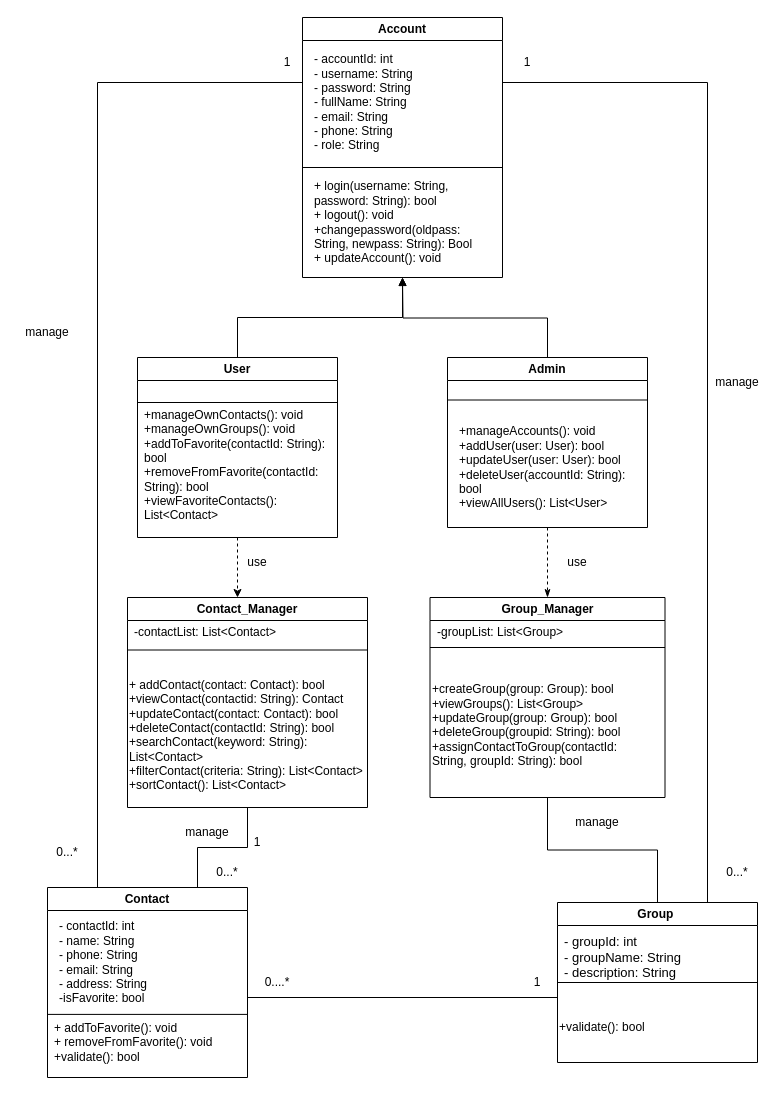
The draw.io diagram Class Diagram.drawio in HiKem43/Phone-Book-Management-System, before the edit. Source tidied: cells renumbered, new cells numbered last; positions are measured from the earlier drawing's top-left corner, leaving out a move shared by most shapes. Both pictures are drawn from the tidied source at 100%, with x=0, y=0 at pixel (17, 17).
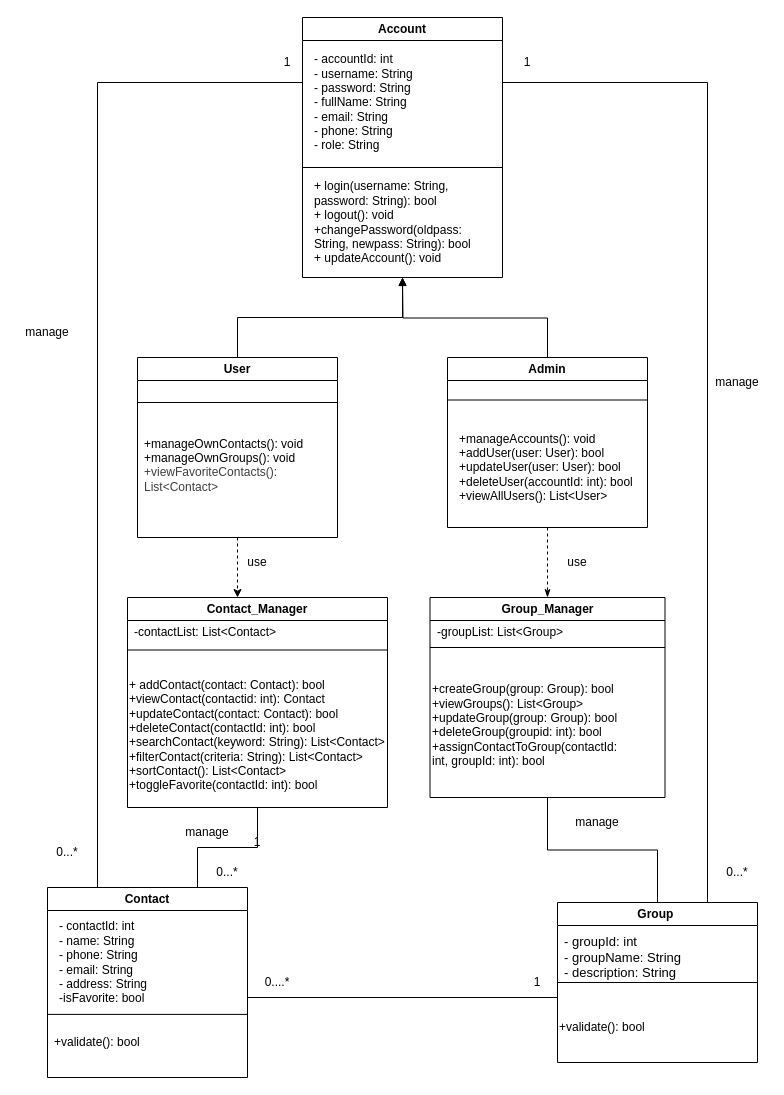
After the change.

Unchanged cells that the change refers to:
```xml
<mxCell id="4" value="Account" style="swimlane;whiteSpace=wrap;html=1;" parent="1" vertex="1">
  <mxGeometry x="285" width="200" height="260" as="geometry" />
</mxCell>
<mxCell id="9" value="Contact" style="swimlane;whiteSpace=wrap;html=1;" parent="1" vertex="1">
  <mxGeometry x="30" y="870" width="200" height="190" as="geometry" />
</mxCell>
<mxCell id="13" value="Group&amp;nbsp;" style="swimlane;whiteSpace=wrap;html=1;" parent="1" vertex="1">
  <mxGeometry x="540" y="885" width="200" height="160" as="geometry" />
</mxCell>
<mxCell id="18" value="User" style="swimlane;whiteSpace=wrap;html=1;" parent="1" vertex="1">
  <mxGeometry x="120" y="340" width="200" height="180" as="geometry" />
</mxCell>
<mxCell id="22" value="Admin" style="swimlane;whiteSpace=wrap;html=1;startSize=23;" parent="1" vertex="1">
  <mxGeometry x="430" y="340" width="200" height="170" as="geometry" />
</mxCell>
<mxCell id="31" value="Group_Manager" style="swimlane;whiteSpace=wrap;html=1;" parent="1" vertex="1">
  <mxGeometry x="412.5" y="580" width="235" height="200" as="geometry" />
</mxCell>
```

Diff of the diagram source:
```diff
@@
-    <mxCell id="6" value="+ login(username: String, password: String): bool&amp;nbsp;&amp;nbsp;&lt;div&gt;&lt;span style=&quot;background-color: transparent; color: light-dark(rgb(0, 0, 0), rgb(255, 255, 255));&quot;&gt;+ logout(): void&amp;nbsp;&lt;/span&gt;&lt;/div&gt;&lt;div&gt;&lt;span style=&quot;background-color: transparent; color: light-dark(rgb(0, 0, 0), rgb(255, 255, 255));&quot;&gt;+changepassword(oldpass: String, newpass: String): Bool&amp;nbsp;&amp;nbsp;&lt;/span&gt;&lt;div&gt;&lt;div&gt;+ updateAccount(): void&amp;nbsp; &amp;nbsp; &amp;nbsp;&lt;/div&gt;&lt;/div&gt;&lt;/div&gt;" style="text;html=1;whiteSpace=wrap;strokeColor=none;fillColor=none;align=left;verticalAlign=middle;rounded=0;" parent="4" vertex="1">
+    <mxCell id="6" value="+ login(username: String, password: String): bool&amp;nbsp;&amp;nbsp;&lt;div&gt;&lt;span style=&quot;background-color: transparent; color: light-dark(rgb(0, 0, 0), rgb(255, 255, 255));&quot;&gt;+ logout(): void&amp;nbsp;&lt;/span&gt;&lt;/div&gt;&lt;div&gt;&lt;span style=&quot;background-color: transparent; color: light-dark(rgb(0, 0, 0), rgb(255, 255, 255));&quot;&gt;+changePassword(oldpass: String, newpass: String): bool&amp;nbsp;&amp;nbsp;&lt;/span&gt;&lt;div&gt;&lt;div&gt;+ updateAccount(): void&amp;nbsp; &amp;nbsp; &amp;nbsp;&lt;/div&gt;&lt;/div&gt;&lt;/div&gt;" style="text;html=1;whiteSpace=wrap;strokeColor=none;fillColor=none;align=left;verticalAlign=middle;rounded=0;" parent="4" vertex="1">
       <mxGeometry x="10" y="190" width="170" height="30" as="geometry" />
     </mxCell>
@@
-    <mxCell id="11" value="+ addToFavorite(): void&amp;nbsp;&lt;div&gt;+ removeFromFavorite(): void&lt;/div&gt;&lt;div&gt;+validate(): bool&amp;nbsp;&lt;/div&gt;" style="text;html=1;whiteSpace=wrap;strokeColor=none;fillColor=none;align=left;verticalAlign=middle;rounded=0;" parent="9" vertex="1">
+    <mxCell id="11" value="&lt;div&gt;+validate(): bool&amp;nbsp;&lt;/div&gt;" style="text;html=1;whiteSpace=wrap;strokeColor=none;fillColor=none;align=left;verticalAlign=middle;rounded=0;" parent="9" vertex="1">
       <mxGeometry x="5" y="140" width="190" height="30" as="geometry" />
     </mxCell>
@@
-    <mxCell id="14" value="&lt;font style=&quot;font-size: 13px;&quot;&gt;- groupId: int&lt;/font&gt;&lt;div&gt;&lt;font style=&quot;font-size: 13px;&quot;&gt;- groupName: String&lt;/font&gt;&lt;/div&gt;&lt;div&gt;&lt;font style=&quot;font-size: 13px;&quot;&gt;- description: String&amp;nbsp;&amp;nbsp;&lt;/font&gt;&lt;/div&gt;" style="text;html=1;whiteSpace=wrap;strokeColor=none;fillColor=none;align=left;verticalAlign=middle;rounded=0;" parent="13" vertex="1">
+    <mxCell id="14" value="&lt;font style=&quot;font-size: 13px;&quot;&gt;- groupId: int&lt;/font&gt;&lt;div&gt;&lt;div&gt;&lt;font style=&quot;font-size: 13px;&quot;&gt;- groupName: String&lt;/font&gt;&lt;/div&gt;&lt;div&gt;&lt;font style=&quot;font-size: 13px;&quot;&gt;- description: String&amp;nbsp;&amp;nbsp;&lt;/font&gt;&lt;/div&gt;&lt;/div&gt;" style="text;html=1;whiteSpace=wrap;strokeColor=none;fillColor=none;align=left;verticalAlign=middle;rounded=0;" parent="13" vertex="1">
       <mxGeometry x="5" y="40" width="140" height="30" as="geometry" />
     </mxCell>
@@
-    <mxCell id="20" value="+manageOwnContacts(): void&lt;div&gt;+manageOwnGroups(): void&lt;/div&gt;&lt;div&gt;+addToFavorite(contactId: String): bool&lt;/div&gt;&lt;div&gt;+removeFromFavorite(contactId: String): bool&lt;/div&gt;&lt;div&gt;+viewFavoriteContacts(): List&amp;lt;Contact&amp;gt;&lt;/div&gt;&lt;div&gt;&lt;br&gt;&lt;/div&gt;" style="text;html=1;whiteSpace=wrap;strokeColor=none;fillColor=none;align=left;verticalAlign=middle;rounded=0;" parent="18" vertex="1">
+    <mxCell id="20" value="+manageOwnContacts(): void&lt;div&gt;+manageOwnGroups(): void&lt;/div&gt;&lt;div&gt;&lt;span style=&quot;color: rgb(63, 63, 63); background-color: transparent;&quot;&gt;+viewFavoriteContacts(): List&amp;lt;Contact&amp;gt;&lt;/span&gt;&lt;/div&gt;&lt;div&gt;&lt;br&gt;&lt;/div&gt;" style="text;html=1;whiteSpace=wrap;strokeColor=none;fillColor=none;align=left;verticalAlign=middle;rounded=0;" parent="18" vertex="1">
       <mxGeometry x="5" y="100" width="190" height="30" as="geometry" />
     </mxCell>
@@
-    <mxCell id="23" value="+manageAccounts(): void&lt;div&gt;+addUser(user: User): bool&lt;/div&gt;&lt;div&gt;+updateUser(user: User): bool&lt;/div&gt;&lt;div&gt;+deleteUser(accountId: String): bool&lt;/div&gt;&lt;div&gt;+viewAllUsers(): List&amp;lt;User&amp;gt;&lt;/div&gt;" style="text;html=1;whiteSpace=wrap;strokeColor=none;fillColor=none;align=left;verticalAlign=middle;rounded=0;" parent="22" vertex="1">
+    <mxCell id="23" value="+manageAccounts(): void&lt;div&gt;+addUser(user: User): bool&lt;/div&gt;&lt;div&gt;+updateUser(user: User): bool&lt;/div&gt;&lt;div&gt;+deleteUser(accountId: int): bool&lt;/div&gt;&lt;div&gt;+viewAllUsers(): List&amp;lt;User&amp;gt;&lt;/div&gt;" style="text;html=1;whiteSpace=wrap;strokeColor=none;fillColor=none;align=left;verticalAlign=middle;rounded=0;" parent="22" vertex="1">
       <mxGeometry x="10" y="95" width="190" height="30" as="geometry" />
     </mxCell>
@@
     <mxCell id="26" value="Contact_Manager" style="swimlane;whiteSpace=wrap;html=1;" parent="1" vertex="1">
-      <mxGeometry x="110" y="580" width="240" height="210" as="geometry" />
+      <mxGeometry x="110" y="580" width="260" height="210" as="geometry" />
     </mxCell>
@@
-    <mxCell id="28" value="+ addContact(contact: Contact): bool&lt;div&gt;&lt;span style=&quot;background-color: transparent; color: light-dark(rgb(0, 0, 0), rgb(255, 255, 255));&quot;&gt;+viewContact(contactid: String): Contact&lt;/span&gt;&lt;/div&gt;&lt;div&gt;&lt;span style=&quot;background-color: transparent; color: light-dark(rgb(0, 0, 0), rgb(255, 255, 255));&quot;&gt;+updateContact(contact: Contact): bool&lt;/span&gt;&lt;/div&gt;&lt;div&gt;&lt;span style=&quot;background-color: transparent; color: light-dark(rgb(0, 0, 0), rgb(255, 255, 255));&quot;&gt;+deleteContact(contactId: String): bool&lt;/span&gt;&lt;/div&gt;&lt;div&gt;&lt;span style=&quot;background-color: transparent; color: light-dark(rgb(0, 0, 0), rgb(255, 255, 255));&quot;&gt;+searchContact(keyword: String): List&amp;lt;Contact&amp;gt;&lt;/span&gt;&lt;/div&gt;&lt;div&gt;&lt;span style=&quot;background-color: transparent;&quot;&gt;+filterContact(criteria: String): List&amp;lt;Contact&amp;gt;&lt;/span&gt;&lt;/div&gt;&lt;div&gt;&lt;span style=&quot;background-color: transparent;&quot;&gt;+sortContact(): List&amp;lt;Contact&amp;gt;&lt;/span&gt;&lt;/div&gt;&lt;div&gt;&lt;span style=&quot;background-color: transparent; color: light-dark(rgb(0, 0, 0), rgb(255, 255, 255));&quot;&gt;&amp;nbsp;&lt;/span&gt;&lt;/div&gt;" style="text;html=1;whiteSpace=wrap;strokeColor=none;fillColor=none;align=left;verticalAlign=middle;rounded=0;" parent="26" vertex="1">
-      <mxGeometry y="130" width="240" height="30" as="geometry" />
+    <mxCell id="28" value="+ addContact(contact: Contact): bool&lt;div&gt;&lt;span style=&quot;background-color: transparent; color: light-dark(rgb(0, 0, 0), rgb(255, 255, 255));&quot;&gt;+viewContact(contactid: int): Contact&lt;/span&gt;&lt;/div&gt;&lt;div&gt;&lt;span style=&quot;background-color: transparent; color: light-dark(rgb(0, 0, 0), rgb(255, 255, 255));&quot;&gt;+updateContact(contact: Contact): bool&lt;/span&gt;&lt;/div&gt;&lt;div&gt;&lt;span style=&quot;background-color: transparent; color: light-dark(rgb(0, 0, 0), rgb(255, 255, 255));&quot;&gt;+deleteContact(contactId: int): bool&lt;/span&gt;&lt;/div&gt;&lt;div&gt;&lt;span style=&quot;background-color: transparent; color: light-dark(rgb(0, 0, 0), rgb(255, 255, 255));&quot;&gt;+searchContact(keyword: String): List&amp;lt;Contact&amp;gt;&lt;/span&gt;&lt;/div&gt;&lt;div&gt;&lt;span style=&quot;background-color: transparent;&quot;&gt;+filterContact(criteria: String): List&amp;lt;Contact&amp;gt;&lt;/span&gt;&lt;/div&gt;&lt;div&gt;&lt;span style=&quot;background-color: transparent;&quot;&gt;+sortContact(): List&amp;lt;Contact&amp;gt;&lt;/span&gt;&lt;/div&gt;&lt;div&gt;+toggleFavorite(contactId: int): bool&lt;span style=&quot;background-color: transparent;&quot;&gt;&lt;/span&gt;&lt;/div&gt;&lt;div&gt;&lt;span style=&quot;background-color: transparent; color: light-dark(rgb(0, 0, 0), rgb(255, 255, 255));&quot;&gt;&amp;nbsp;&lt;/span&gt;&lt;/div&gt;" style="text;html=1;whiteSpace=wrap;strokeColor=none;fillColor=none;align=left;verticalAlign=middle;rounded=0;" parent="26" vertex="1">
+      <mxGeometry y="130" width="260" height="30" as="geometry" />
     </mxCell>
@@
-    <mxCell id="33" value="+createGroup(group: Group): bool&lt;div&gt;+viewGroups(): List&amp;lt;Group&amp;gt;&lt;/div&gt;&lt;div&gt;+updateGroup(group: Group): bool&lt;/div&gt;&lt;div&gt;+deleteGroup(groupid: String): bool&lt;/div&gt;&lt;div&gt;+assignContactToGroup(contactId: String, groupId: String): bool&lt;br&gt;&lt;div&gt;&lt;br&gt;&lt;/div&gt;&lt;/div&gt;" style="text;html=1;whiteSpace=wrap;strokeColor=none;fillColor=none;align=left;verticalAlign=middle;rounded=0;" parent="31" vertex="1">
+    <mxCell id="33" value="+createGroup(group: Group): bool&lt;div&gt;+viewGroups(): List&amp;lt;Group&amp;gt;&lt;/div&gt;&lt;div&gt;+updateGroup(group: Group): bool&lt;/div&gt;&lt;div&gt;+deleteGroup(groupid: int): bool&lt;/div&gt;&lt;div&gt;+assignContactToGroup(contactId: int, groupId: int): bool&lt;br&gt;&lt;div&gt;&lt;br&gt;&lt;/div&gt;&lt;/div&gt;" style="text;html=1;whiteSpace=wrap;strokeColor=none;fillColor=none;align=left;verticalAlign=middle;rounded=0;" parent="31" vertex="1">
       <mxGeometry y="120" width="200" height="30" as="geometry" />
     </mxCell>
```
